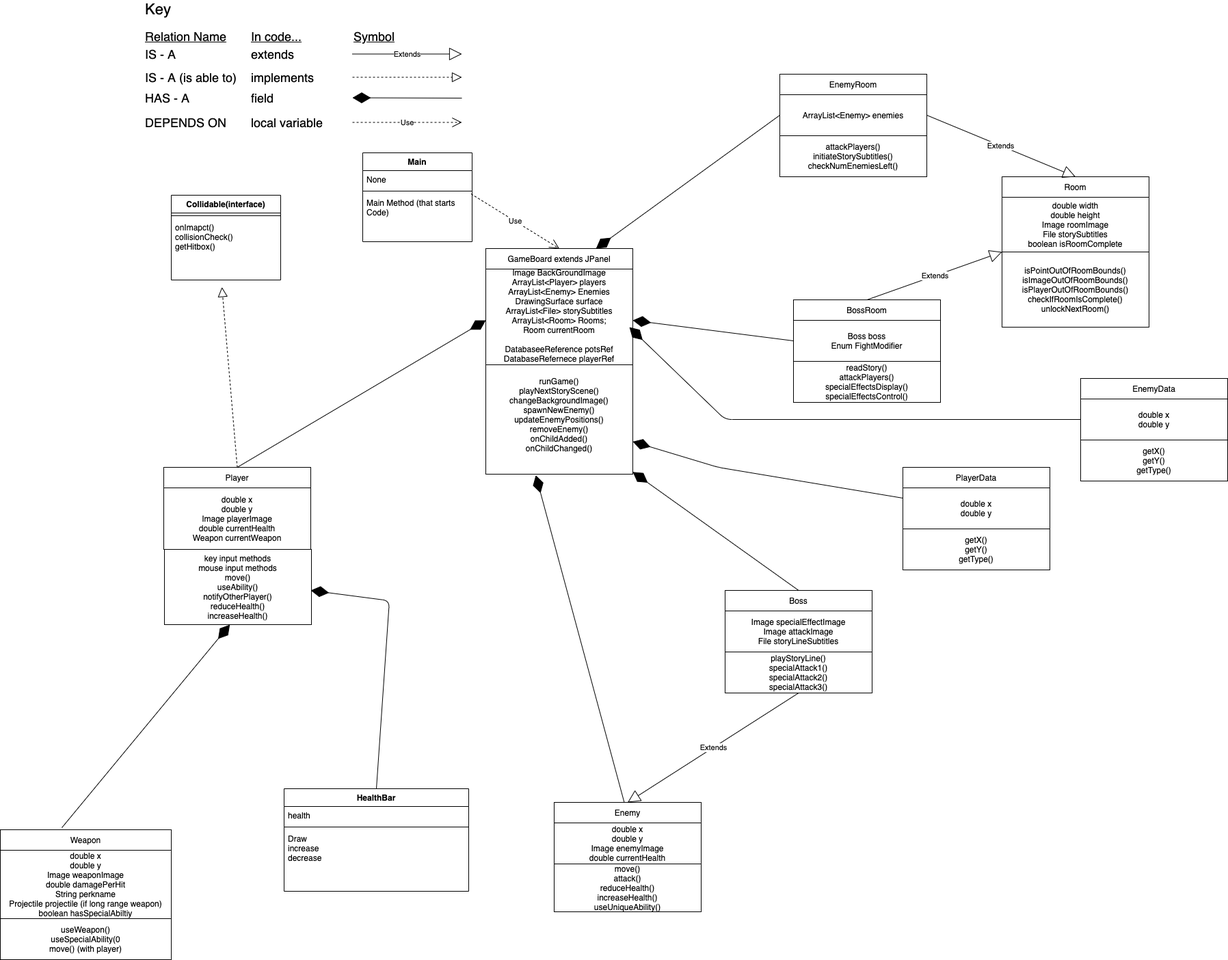
This is doc/SK Final Project UML.png from HHSAPCompSci2020/capstone-project-group-12-ks, a draw.io export, as it was before one commit. Source tidied: cells renumbered, new cells last; positions are measured from the earlier drawing's top-left corner, leaving out a move shared by most shapes.
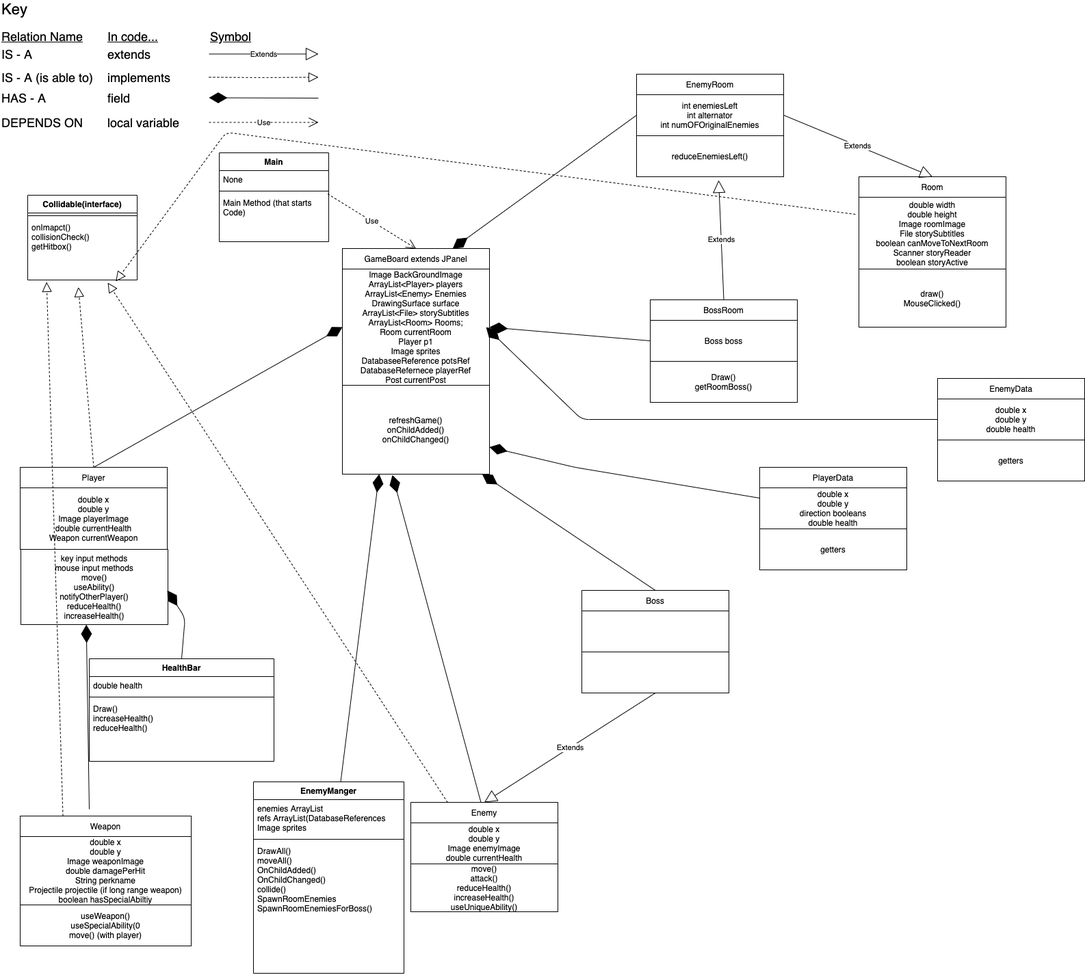
Later version of the same file.

What changed in the source:
```diff
@@ -42,6 +42,9 @@
       <mxGeometry relative="1" as="geometry">
         <mxPoint x="515" y="109.5" as="sourcePoint" />
         <mxPoint x="675" y="109.5" as="targetPoint" />
+        <Array as="points">
+          <mxPoint x="590" y="110" />
+        </Array>
       </mxGeometry>
     </mxCell>
     <mxCell id="15" value="Use" style="endArrow=open;endSize=12;dashed=1;html=1;" parent="1" edge="1">
@@ -77,11 +80,11 @@
     <mxCell id="22" value="GameBoard extends JPanel" style="rounded=0;whiteSpace=wrap;html=1;" parent="1" vertex="1">
       <mxGeometry x="710" y="360" width="215" height="30" as="geometry" />
     </mxCell>
-    <mxCell id="23" value="Image BackGroundImage&lt;br&gt;ArrayList&amp;lt;Player&amp;gt; players&lt;br&gt;ArrayList&amp;lt;Enemy&amp;gt; Enemies&lt;br&gt;DrawingSurface surface&lt;br&gt;ArrayList&amp;lt;File&amp;gt; storySubtitles&lt;br&gt;ArrayList&amp;lt;Room&amp;gt; Rooms;&lt;br&gt;Room currentRoom&lt;br&gt;&lt;br&gt;DatabaseeReference potsRef&lt;br&gt;DatabaseRefernece playerRef&lt;br&gt;Post currentPost" style="rounded=0;whiteSpace=wrap;html=1;" parent="1" vertex="1">
-      <mxGeometry x="710" y="390" width="215" height="150" as="geometry" />
+    <mxCell id="23" value="Image BackGroundImage&lt;br&gt;ArrayList&amp;lt;Player&amp;gt; players&lt;br&gt;ArrayList&amp;lt;Enemy&amp;gt; Enemies&lt;br&gt;DrawingSurface surface&lt;br&gt;ArrayList&amp;lt;File&amp;gt; storySubtitles&lt;br&gt;ArrayList&amp;lt;Room&amp;gt; Rooms;&lt;br&gt;Room currentRoom&lt;br&gt;Player p1&lt;br&gt;Image sprites&lt;br&gt;DatabaseeReference potsRef&lt;br&gt;DatabaseRefernece playerRef&lt;br&gt;Post currentPost" style="rounded=0;whiteSpace=wrap;html=1;" parent="1" vertex="1">
+      <mxGeometry x="710" y="390" width="215" height="170" as="geometry" />
     </mxCell>
-    <mxCell id="24" value="runGame()&lt;br&gt;playNextStoryScene()&lt;br&gt;changeBackgroundImage()&lt;br&gt;spawnNewEnemy()&lt;br&gt;updateEnemyPositions()&lt;br&gt;removeEnemy()&lt;br&gt;onChildAdded()&lt;br&gt;onChildChanged()&lt;br&gt;&lt;br&gt;" style="rounded=0;whiteSpace=wrap;html=1;" parent="1" vertex="1">
-      <mxGeometry x="710" y="530" width="215" height="160" as="geometry" />
+    <mxCell id="24" value="refreshGame()&lt;br&gt;onChildAdded()&lt;br&gt;onChildChanged()&lt;br&gt;" style="rounded=0;whiteSpace=wrap;html=1;" parent="1" vertex="1">
+      <mxGeometry x="710" y="560" width="215" height="130" as="geometry" />
     </mxCell>
     <mxCell id="25" value="Player" style="rounded=0;whiteSpace=wrap;html=1;" parent="1" vertex="1">
       <mxGeometry x="239" y="680" width="215" height="30" as="geometry" />
@@ -102,30 +105,30 @@
       <mxGeometry x="810" y="1260" width="215" height="70" as="geometry" />
     </mxCell>
     <mxCell id="31" value="Weapon" style="rounded=0;whiteSpace=wrap;html=1;" parent="1" vertex="1">
-      <mxGeometry y="1210" width="250" height="30" as="geometry" />
+      <mxGeometry x="239" y="1190" width="250" height="30" as="geometry" />
     </mxCell>
     <mxCell id="32" value="double x&lt;br&gt;double y&lt;br&gt;Image weaponImage&lt;br&gt;double damagePerHit&lt;br&gt;String perkname&lt;br&gt;Projectile projectile (if long range weapon)&lt;br&gt;boolean hasSpecialAbiltiy" style="rounded=0;whiteSpace=wrap;html=1;" parent="1" vertex="1">
-      <mxGeometry y="1240" width="250" height="100" as="geometry" />
+      <mxGeometry x="239" y="1220" width="250" height="100" as="geometry" />
     </mxCell>
     <mxCell id="33" value="useWeapon()&lt;br&gt;useSpecialAbility(0&lt;br&gt;move() (with player)" style="rounded=0;whiteSpace=wrap;html=1;" parent="1" vertex="1">
-      <mxGeometry y="1340" width="250" height="60" as="geometry" />
+      <mxGeometry x="239" y="1320" width="250" height="60" as="geometry" />
     </mxCell>
     <mxCell id="34" value="Boss" style="rounded=0;whiteSpace=wrap;html=1;" parent="1" vertex="1">
       <mxGeometry x="1060" y="860" width="215" height="30" as="geometry" />
     </mxCell>
-    <mxCell id="35" value="Image specialEffectImage&lt;br&gt;Image attackImage&lt;br&gt;File storyLineSubtitles&lt;br&gt;" style="rounded=0;whiteSpace=wrap;html=1;" parent="1" vertex="1">
+    <mxCell id="35" style="rounded=0;whiteSpace=wrap;html=1;" parent="1" vertex="1">
       <mxGeometry x="1060" y="890" width="215" height="60" as="geometry" />
     </mxCell>
-    <mxCell id="36" value="playStoryLine()&lt;br&gt;specialAttack1()&lt;br&gt;specialAttack2()&lt;br&gt;specialAttack3()&lt;br&gt;" style="rounded=0;whiteSpace=wrap;html=1;" parent="1" vertex="1">
+    <mxCell id="36" style="rounded=0;whiteSpace=wrap;html=1;" parent="1" vertex="1">
       <mxGeometry x="1060" y="950" width="215" height="60" as="geometry" />
     </mxCell>
     <mxCell id="37" value="PlayerData" style="rounded=0;whiteSpace=wrap;html=1;" parent="1" vertex="1">
       <mxGeometry x="1320" y="680" width="215" height="30" as="geometry" />
     </mxCell>
-    <mxCell id="38" value="double x&lt;br&gt;double y&lt;br&gt;" style="rounded=0;whiteSpace=wrap;html=1;" parent="1" vertex="1">
+    <mxCell id="38" value="double x&lt;br&gt;double y&lt;br&gt;direction booleans&lt;br&gt;double health" style="rounded=0;whiteSpace=wrap;html=1;" parent="1" vertex="1">
       <mxGeometry x="1320" y="710" width="215" height="60" as="geometry" />
     </mxCell>
-    <mxCell id="39" value="getX()&lt;br&gt;getY()&lt;br&gt;getType()" style="rounded=0;whiteSpace=wrap;html=1;" parent="1" vertex="1">
+    <mxCell id="39" value="getters" style="rounded=0;whiteSpace=wrap;html=1;" parent="1" vertex="1">
       <mxGeometry x="1320" y="770" width="215" height="60" as="geometry" />
     </mxCell>
     <mxCell id="40" value="Extends" style="endArrow=block;endSize=16;endFill=0;html=1;exitX=0.5;exitY=1;exitDx=0;exitDy=0;entryX=0.5;entryY=0;entryDx=0;entryDy=0;" parent="1" edge="1" source="36" target="28">
@@ -141,7 +144,7 @@
     </mxCell>
     <mxCell id="43" style="endArrow=diamondThin;endFill=1;endSize=24;html=1;entryX=0.445;entryY=1.001;entryDx=0;entryDy=0;entryPerimeter=0;" parent="1" edge="1" target="27">
       <mxGeometry relative="1" as="geometry">
-        <mxPoint x="90" y="1207" as="sourcePoint" />
+        <mxPoint x="340" y="1180" as="sourcePoint" />
       </mxGeometry>
     </mxCell>
     <mxCell id="44" style="endArrow=diamondThin;endFill=1;endSize=24;html=1;exitX=0.5;exitY=0;exitDx=0;exitDy=0;entryX=0;entryY=0.5;entryDx=0;entryDy=0;" parent="1" edge="1" source="25" target="23">
@@ -153,32 +156,34 @@
     <mxCell id="46" value="Room" style="rounded=0;whiteSpace=wrap;html=1;" parent="1" vertex="1">
       <mxGeometry x="1465" y="255" width="215" height="30" as="geometry" />
     </mxCell>
-    <mxCell id="47" value="double width&lt;br&gt;double height&lt;br&gt;Image roomImage&lt;br&gt;File storySubtitles&lt;br&gt;boolean isRoomComplete" style="rounded=0;whiteSpace=wrap;html=1;" parent="1" vertex="1">
-      <mxGeometry x="1465" y="285" width="215" height="80" as="geometry" />
+    <mxCell id="47" value="double width&lt;br&gt;double height&lt;br&gt;Image roomImage&lt;br&gt;File storySubtitles&lt;br&gt;boolean canMoveToNextRoom&lt;br&gt;Scanner storyReader&lt;br&gt;boolean storyActive" style="rounded=0;whiteSpace=wrap;html=1;" parent="1" vertex="1">
+      <mxGeometry x="1465" y="285" width="215" height="105" as="geometry" />
     </mxCell>
-    <mxCell id="48" value="isPointOutOfRoomBounds()&lt;br&gt;isImageOutOfRoomBounds()&lt;br&gt;isPlayerOutOfRoomBounds()&lt;br&gt;checkIfRoomIsComplete()&lt;br&gt;unlockNextRoom()&lt;br&gt;" style="rounded=0;whiteSpace=wrap;html=1;" parent="1" vertex="1">
-      <mxGeometry x="1465" y="365" width="215" height="110" as="geometry" />
+    <mxCell id="48" value="draw()&lt;br&gt;MouseClicked()" style="rounded=0;whiteSpace=wrap;html=1;" parent="1" vertex="1">
+      <mxGeometry x="1465" y="390" width="215" height="85" as="geometry" />
     </mxCell>
     <mxCell id="49" value="EnemyRoom" style="rounded=0;whiteSpace=wrap;html=1;" parent="1" vertex="1">
       <mxGeometry x="1140" y="105" width="215" height="30" as="geometry" />
     </mxCell>
-    <mxCell id="50" value="ArrayList&amp;lt;Enemy&amp;gt; enemies" style="rounded=0;whiteSpace=wrap;html=1;" parent="1" vertex="1">
+    <mxCell id="50" value="int enemiesLeft&lt;br&gt;int alternator&lt;br&gt;int numOFOriginalEnemies" style="rounded=0;whiteSpace=wrap;html=1;" parent="1" vertex="1">
       <mxGeometry x="1140" y="135" width="215" height="60" as="geometry" />
     </mxCell>
-    <mxCell id="51" value="attackPlayers()&lt;br&gt;initiateStorySubtitles()&lt;br&gt;checkNumEnemiesLeft()" style="rounded=0;whiteSpace=wrap;html=1;" parent="1" vertex="1">
+    <mxCell id="51" value="reduceEnemiesLeft()" style="rounded=0;whiteSpace=wrap;html=1;" parent="1" vertex="1">
       <mxGeometry x="1140" y="195" width="215" height="60" as="geometry" />
     </mxCell>
     <mxCell id="52" value="BossRoom" style="rounded=0;whiteSpace=wrap;html=1;" parent="1" vertex="1">
       <mxGeometry x="1160" y="435" width="215" height="30" as="geometry" />
     </mxCell>
-    <mxCell id="53" value="Boss boss&lt;br&gt;Enum FightModifier" style="rounded=0;whiteSpace=wrap;html=1;" parent="1" vertex="1">
+    <mxCell id="53" value="Boss boss" style="rounded=0;whiteSpace=wrap;html=1;" parent="1" vertex="1">
       <mxGeometry x="1160" y="465" width="215" height="60" as="geometry" />
     </mxCell>
-    <mxCell id="54" value="readStory()&lt;br&gt;attackPlayers()&lt;br&gt;specialEffectsDisplay()&lt;br&gt;specialEffectsControl()" style="rounded=0;whiteSpace=wrap;html=1;" parent="1" vertex="1">
+    <mxCell id="54" value="Draw()&lt;br&gt;getRoomBoss()" style="rounded=0;whiteSpace=wrap;html=1;" parent="1" vertex="1">
       <mxGeometry x="1160" y="525" width="215" height="60" as="geometry" />
     </mxCell>
-    <mxCell id="55" value="Extends" style="endArrow=block;endSize=16;endFill=0;html=1;exitX=0.5;exitY=0;exitDx=0;exitDy=0;entryX=0;entryY=1;entryDx=0;entryDy=0;" parent="1" edge="1" source="52" target="47">
-      <mxGeometry relative="1" as="geometry" />
+    <mxCell id="55" value="Extends" style="endArrow=block;endSize=16;endFill=0;html=1;exitX=0.5;exitY=0;exitDx=0;exitDy=0;" parent="1" edge="1" source="52">
+      <mxGeometry relative="1" as="geometry">
+        <mxPoint x="1260" y="260" as="targetPoint" />
+      </mxGeometry>
     </mxCell>
     <mxCell id="56" value="Extends" style="endArrow=block;endSize=16;endFill=0;html=1;exitX=1;exitY=0.5;exitDx=0;exitDy=0;entryX=0.5;entryY=0;entryDx=0;entryDy=0;" parent="1" edge="1" source="50" target="46">
       <mxGeometry relative="1" as="geometry" />
@@ -211,10 +216,10 @@
     <mxCell id="64" value="EnemyData" style="rounded=0;whiteSpace=wrap;html=1;" parent="1" vertex="1">
       <mxGeometry x="1580" y="550" width="215" height="30" as="geometry" />
     </mxCell>
-    <mxCell id="65" value="double x&lt;br&gt;double y&lt;br&gt;" style="rounded=0;whiteSpace=wrap;html=1;" parent="1" vertex="1">
+    <mxCell id="65" value="double x&lt;br&gt;double y&lt;br&gt;double health" style="rounded=0;whiteSpace=wrap;html=1;" parent="1" vertex="1">
       <mxGeometry x="1580" y="580" width="215" height="60" as="geometry" />
     </mxCell>
-    <mxCell id="66" value="getX()&lt;br&gt;getY()&lt;br&gt;getType()" style="rounded=0;whiteSpace=wrap;html=1;" parent="1" vertex="1">
+    <mxCell id="66" value="getters" style="rounded=0;whiteSpace=wrap;html=1;" parent="1" vertex="1">
       <mxGeometry x="1580" y="640" width="215" height="60" as="geometry" />
     </mxCell>
     <mxCell id="67" style="endArrow=diamondThin;endFill=1;endSize=24;html=1;exitX=0;exitY=0.5;exitDx=0;exitDy=0;" parent="1" edge="1" source="65">
@@ -226,24 +231,56 @@
       </mxGeometry>
     </mxCell>
     <mxCell id="68" value="HealthBar" style="swimlane;fontStyle=1;align=center;verticalAlign=top;horizontal=1;startSize=26;" parent="1" vertex="1">
-      <mxGeometry x="415" y="1150" width="270" height="150" as="geometry" />
+      <mxGeometry x="340" y="960" width="270" height="150" as="geometry" />
     </mxCell>
-    <mxCell id="69" value="health" style="text;strokeColor=none;fillColor=none;align=left;verticalAlign=top;spacingLeft=4;spacingRight=4;overflow=hidden;" parent="68" vertex="1">
+    <mxCell id="69" value="double health" style="text;strokeColor=none;fillColor=none;align=left;verticalAlign=top;spacingLeft=4;spacingRight=4;overflow=hidden;" parent="68" vertex="1">
       <mxGeometry y="26" width="270" height="26" as="geometry" />
     </mxCell>
     <mxCell id="70" style="line;strokeWidth=1;fillColor=none;align=left;verticalAlign=middle;spacingTop=-1;spacingLeft=3;spacingRight=3;labelPosition=right;" parent="68" vertex="1">
       <mxGeometry y="52" width="270" height="8" as="geometry" />
     </mxCell>
-    <mxCell id="71" value="Draw&#10;increase&#10;decrease" style="text;strokeColor=none;fillColor=none;align=left;verticalAlign=top;spacingLeft=4;spacingRight=4;overflow=hidden;" parent="68" vertex="1">
+    <mxCell id="71" value="Draw()&#10;increaseHealth()&#10;reduceHealth()" style="text;strokeColor=none;fillColor=none;align=left;verticalAlign=top;spacingLeft=4;spacingRight=4;overflow=hidden;" parent="68" vertex="1">
       <mxGeometry y="60" width="270" height="90" as="geometry" />
     </mxCell>
     <mxCell id="72" style="endArrow=diamondThin;endFill=1;endSize=24;html=1;entryX=1;entryY=0.5;entryDx=0;entryDy=0;exitX=0.5;exitY=0;exitDx=0;exitDy=0;" parent="1" edge="1" source="68">
       <mxGeometry relative="1" as="geometry">
         <mxPoint x="454" y="860" as="targetPoint" />
         <Array as="points">
-          <mxPoint x="569" y="875" />
+          <mxPoint x="480" y="900" />
         </Array>
       </mxGeometry>
     </mxCell>
+    <mxCell id="73" value="EnemyManger&#10;" style="swimlane;fontStyle=1;align=center;verticalAlign=top;horizontal=1;startSize=26;" parent="1" vertex="1">
+      <mxGeometry x="580" y="1140" width="220" height="280" as="geometry" />
+    </mxCell>
+    <mxCell id="74" value="enemies ArrayList&#10;refs ArrayList(DatabaseReferences&#10;Image sprites&#10;" style="text;strokeColor=none;fillColor=none;align=left;verticalAlign=top;spacingLeft=4;spacingRight=4;overflow=hidden;" parent="73" vertex="1">
+      <mxGeometry y="26" width="220" height="54" as="geometry" />
+    </mxCell>
+    <mxCell id="75" style="line;strokeWidth=1;fillColor=none;align=left;verticalAlign=middle;spacingTop=-1;spacingLeft=3;spacingRight=3;labelPosition=right;" parent="73" vertex="1">
+      <mxGeometry y="80" width="220" height="8" as="geometry" />
+    </mxCell>
+    <mxCell id="76" value="DrawAll()&#10;moveAll()&#10;OnChildAdded()&#10;OnChildChanged()&#10;collide()&#10;SpawnRoomEnemies&#10;SpawnRoomEnemiesForBoss()" style="text;strokeColor=none;fillColor=none;align=left;verticalAlign=top;spacingLeft=4;spacingRight=4;overflow=hidden;" parent="73" vertex="1">
+      <mxGeometry y="88" width="220" height="192" as="geometry" />
+    </mxCell>
+    <mxCell id="77" style="endArrow=block;dashed=1;endFill=0;endSize=12;html=1;entryX=0.463;entryY=1.115;entryDx=0;entryDy=0;entryPerimeter=0;" parent="1" edge="1">
+      <mxGeometry relative="1" as="geometry">
+        <mxPoint x="1460" y="310" as="sourcePoint" />
+        <mxPoint x="378.8" y="408" as="targetPoint" />
+        <Array as="points">
+          <mxPoint x="540" y="190" />
+        </Array>
+      </mxGeometry>
+    </mxCell>
+    <mxCell id="78" style="endArrow=block;dashed=1;endFill=0;endSize=12;html=1;exitX=0.25;exitY=0;exitDx=0;exitDy=0;" parent="1" edge="1" source="28">
+      <mxGeometry relative="1" as="geometry">
+        <mxPoint x="367" y="410" as="targetPoint" />
+      </mxGeometry>
+    </mxCell>
+    <mxCell id="79" style="endArrow=block;dashed=1;endFill=0;endSize=12;html=1;exitX=0.25;exitY=0;exitDx=0;exitDy=0;entryX=0.173;entryY=1.033;entryDx=0;entryDy=0;entryPerimeter=0;" parent="1" edge="1" source="31" target="62">
+      <mxGeometry relative="1" as="geometry" />
+    </mxCell>
+    <mxCell id="80" style="endArrow=diamondThin;endFill=1;endSize=24;html=1;entryX=0.25;entryY=1;entryDx=0;entryDy=0;" parent="1" edge="1" source="73" target="24">
+      <mxGeometry relative="1" as="geometry" />
+    </mxCell>
   </root>
 </mxGraphModel>
```
